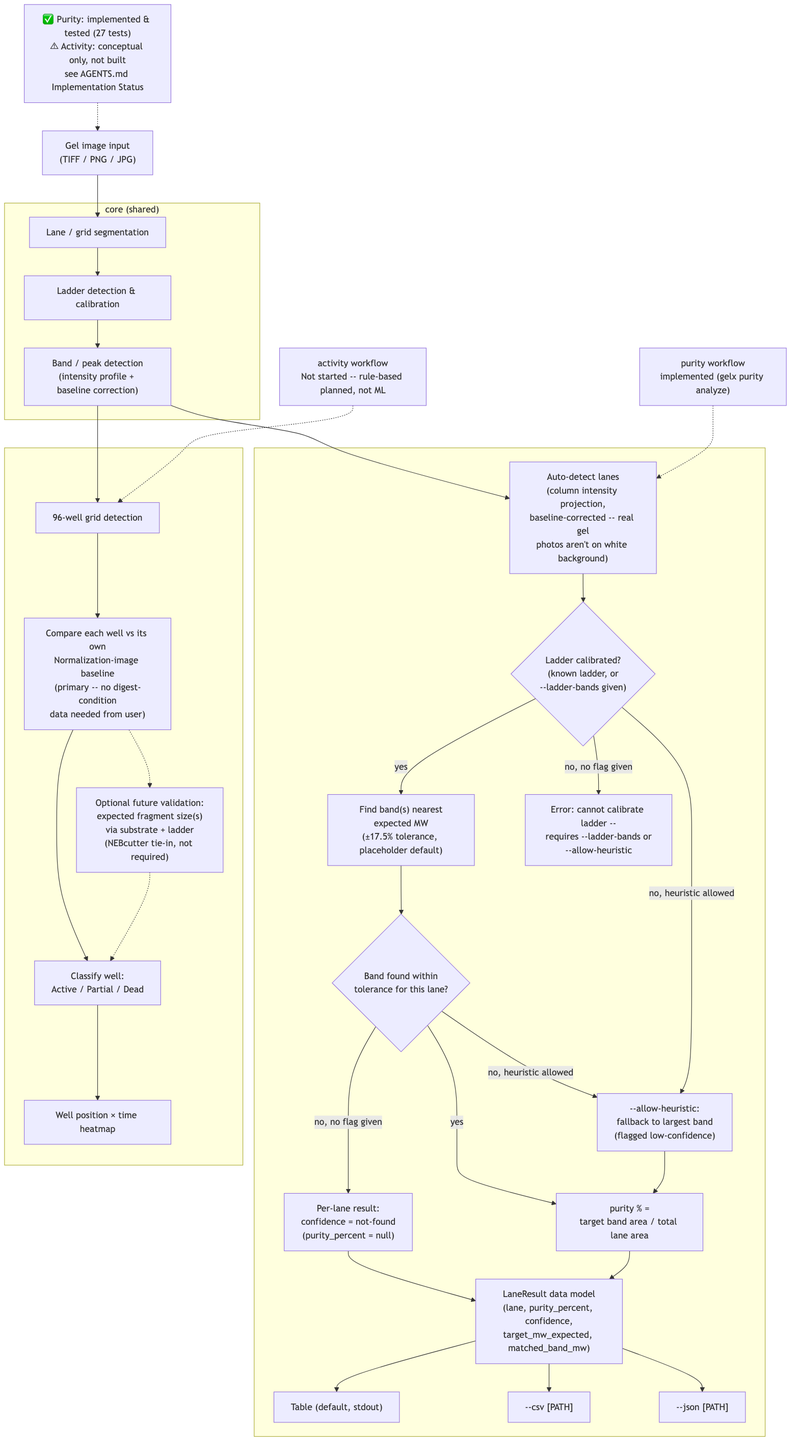
The Mermaid diagram diagrams/program-flow.png in nebiolabs/gel-image-extractor, before a commit. Its source is kept beside it as diagrams/program-flow.mmd.
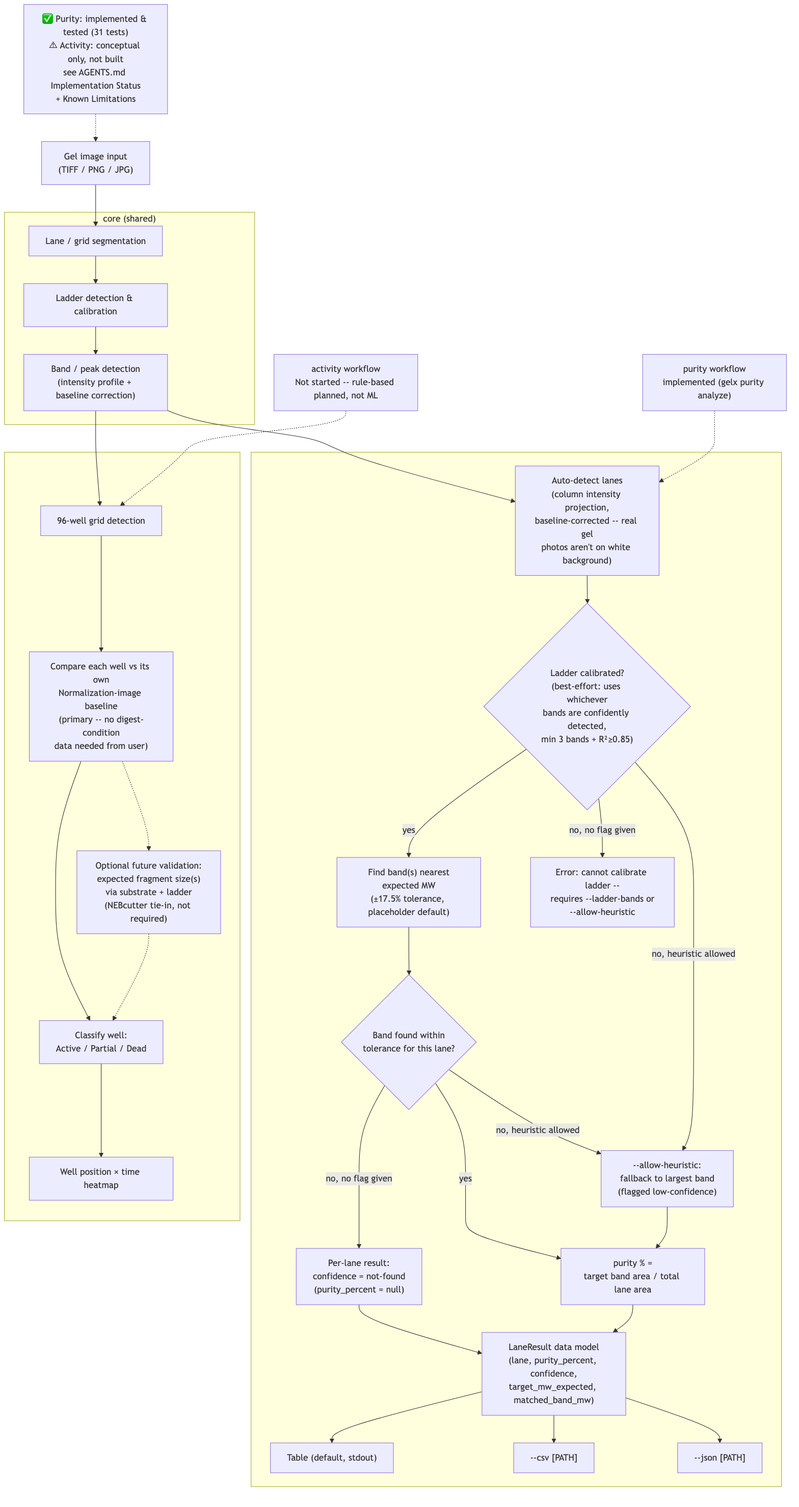
The same file after the commit.

Commit message:
Relax ladder calibration to best-effort match

Change to the diagram source:
```diff
@@ -1,6 +1,6 @@
 
 flowchart TD
-    Note["✅ Purity: implemented & tested (27 tests)<br/>⚠ Activity: conceptual only, not built<br/>see AGENTS.md Implementation Status"]
+    Note["✅ Purity: implemented & tested (31 tests)<br/>⚠ Activity: conceptual only, not built<br/>see AGENTS.md Implementation Status<br/>+ Known Limitations"]
 
     Input["Gel image input<br/>(TIFF / PNG / JPG)"]
 
@@ -13,7 +13,7 @@
     PurityLabel["purity workflow<br/>implemented (gelx purity analyze)"]
     subgraph PurityWF[" "]
         AutoLane["Auto-detect lanes<br/>(column intensity projection,<br/>baseline-corrected -- real gel<br/>photos aren't on white background)"]
-        LadderCal{"Ladder calibrated?<br/>(known ladder, or<br/>--ladder-bands given)"}
+        LadderCal{"Ladder calibrated?<br/>(best-effort: uses whichever<br/>bands are confidently detected,<br/>min 3 bands + R²≥0.85)"}
         MWMatch["Find band(s) nearest<br/>expected MW<br/>(±17.5% tolerance, placeholder default)"]
         MatchFound{"Band found within<br/>tolerance for this lane?"}
         NotFound["Per-lane result:<br/>confidence = not-found<br/>(purity_percent = null)"]
```
